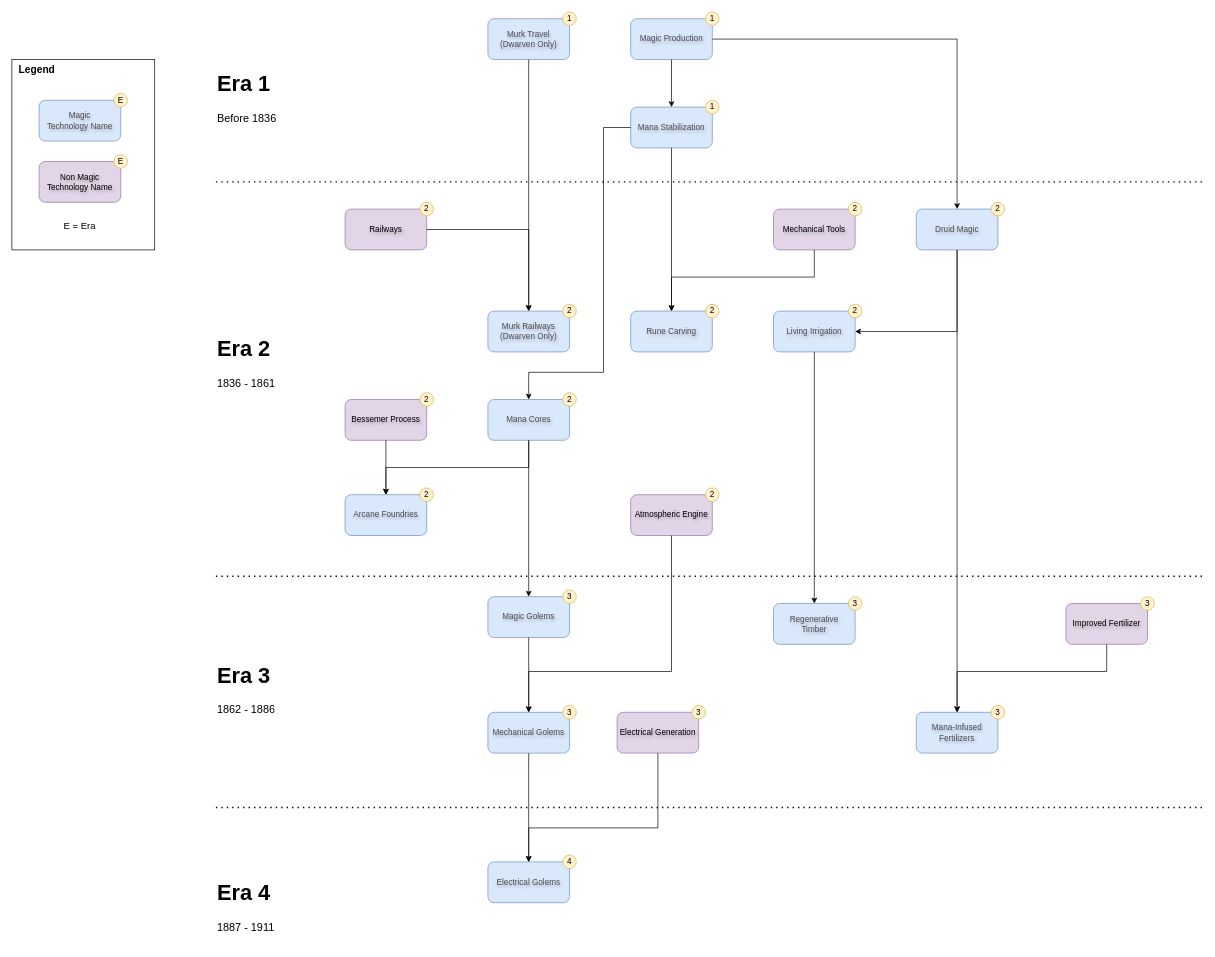
Above: documentation/TECH_TREE_PRODUCTION.drawio in kaiser-chris/gate-mod (draw.io), before the change. Source tidied: cells renumbered, new cells numbered last; positions are measured from the earlier drawing's top-left corner, leaving out a move shared by most shapes. Both pictures are drawn from the tidied source at 68%, with x=0, y=0 at pixel (12, 12).
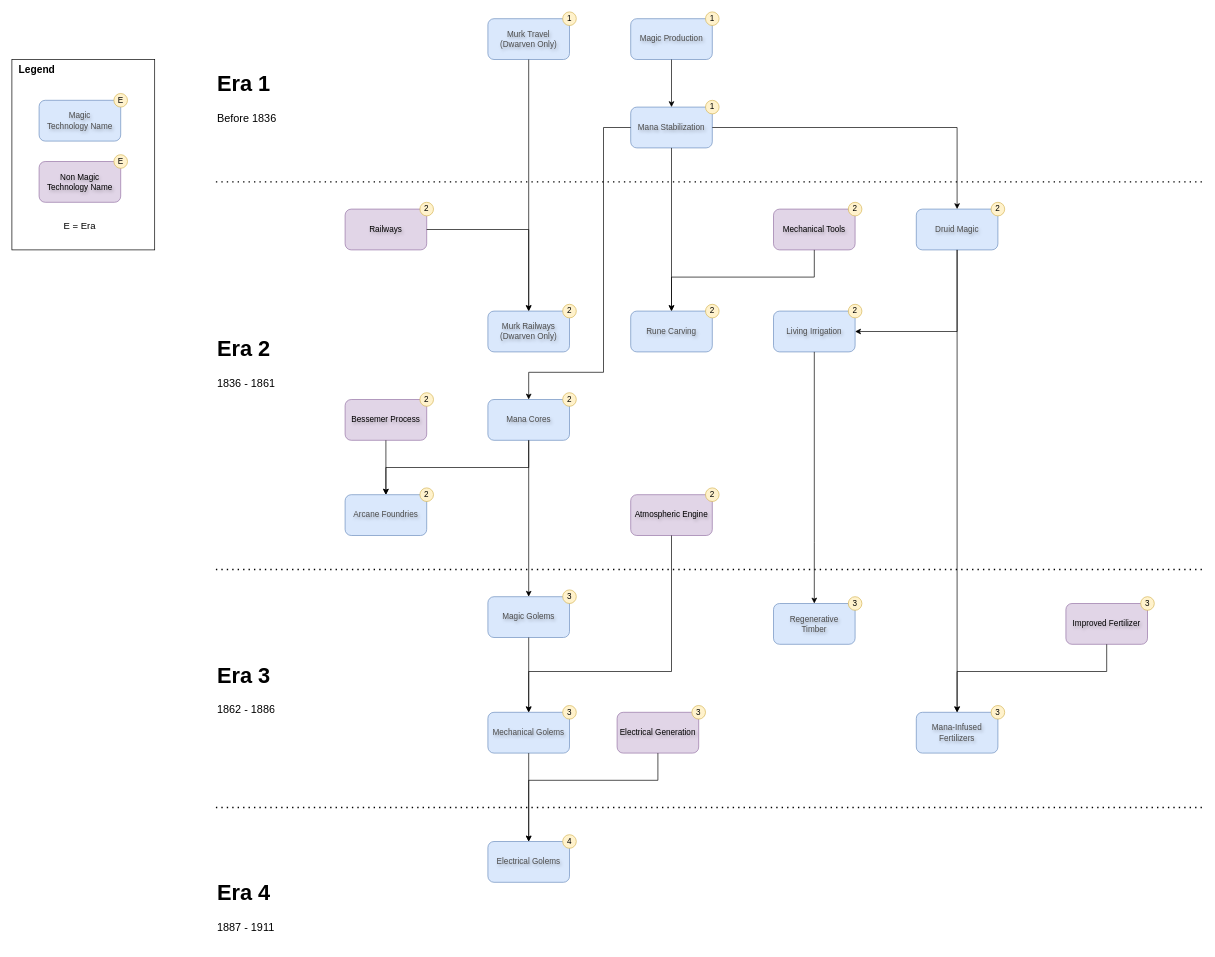
After the change.

Unchanged cells that the change refers to:
```xml
<mxCell id="4" value="Magic Production" style="rounded=1;whiteSpace=wrap;html=1;fillColor=#dae8fc;strokeColor=#6c8ebf;textShadow=1;fontColor=light-dark(#4D4D4D, #000000);" parent="3" vertex="1">
  <mxGeometry y="10" width="120" height="60" as="geometry" />
</mxCell>
<mxCell id="7" value="Mana Stabilization" style="rounded=1;whiteSpace=wrap;html=1;fillColor=#dae8fc;strokeColor=#6c8ebf;textShadow=1;fontColor=light-dark(#4D4D4D, #000000);" parent="6" vertex="1">
  <mxGeometry y="10" width="120" height="60" as="geometry" />
</mxCell>
<mxCell id="13" value="Druid Magic" style="rounded=1;whiteSpace=wrap;html=1;fillColor=#dae8fc;strokeColor=#6c8ebf;textShadow=1;fontColor=light-dark(#4D4D4D, #000000);" parent="12" vertex="1">
  <mxGeometry y="10" width="120" height="60" as="geometry" />
</mxCell>
<mxCell id="28" value="Electrical Golems" style="rounded=1;whiteSpace=wrap;html=1;fillColor=#dae8fc;strokeColor=#6c8ebf;textShadow=1;fontColor=light-dark(#4D4D4D, #000000);" parent="27" vertex="1">
  <mxGeometry y="10" width="120" height="60" as="geometry" />
</mxCell>
<mxCell id="54" value="Electrical Generation" style="rounded=1;whiteSpace=wrap;html=1;fillColor=#e1d5e7;strokeColor=#9673a6;textShadow=1;fontColor=#000000;" parent="53" vertex="1">
  <mxGeometry y="10" width="120" height="60" as="geometry" />
</mxCell>
```

Change to the diagram source:
```diff
@@
     <mxCell id="27" style="group;" parent="1" vertex="1">
-      <mxGeometry x="700" y="1240" width="130" height="70" as="geometry" />
+      <mxGeometry x="700" y="1210" width="130" height="70" as="geometry" />
     </mxCell>
@@
-    <mxCell id="39" style="edgeStyle=orthogonalEdgeStyle;rounded=0;jettySize=auto;html=1;" parent="1" edge="1" source="4" target="13">
+    <mxCell id="39" style="edgeStyle=orthogonalEdgeStyle;rounded=0;jettySize=auto;html=1;exitX=1;exitY=0.5;exitDx=0;exitDy=0;" parent="1" edge="1" source="7" target="13">
       <mxGeometry relative="1" as="geometry" />
     </mxCell>
@@
     <mxCell id="57" style="endArrow=none;dashed=1;html=1;dashPattern=1 3;strokeWidth=2;rounded=0;" parent="1" edge="1">
       <mxGeometry relative="1" as="geometry">
-        <mxPoint x="300" y="830" as="sourcePoint" />
-        <mxPoint x="1750" y="830" as="targetPoint" />
+        <mxPoint x="300" y="820" as="sourcePoint" />
+        <mxPoint x="1750" y="820" as="targetPoint" />
       </mxGeometry>
     </mxCell>
@@
     <mxCell id="77" style="edgeStyle=orthogonalEdgeStyle;rounded=0;jettySize=auto;html=1;entryX=0.5;entryY=0;entryDx=0;entryDy=0;" parent="1" edge="1" source="54" target="28">
       <mxGeometry relative="1" as="geometry">
         <Array as="points">
-          <mxPoint x="950" y="1200" />
-          <mxPoint x="760" y="1200" />
+          <mxPoint x="950" y="1130" />
+          <mxPoint x="760" y="1130" />
         </Array>
       </mxGeometry>
     </mxCell>
```
